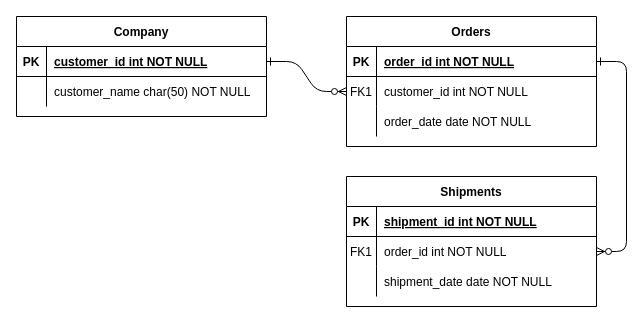
This is Доменная модель.drawio from SpacyWork/StudentProject, a draw.io file, before an edit. Source tidied: cells renumbered, new cells numbered last; positions are measured from the earlier drawing's top-left corner, leaving out a move shared by most shapes. Both pictures are drawn from the tidied source at 100%, with x=0, y=0 at pixel (16, 16).
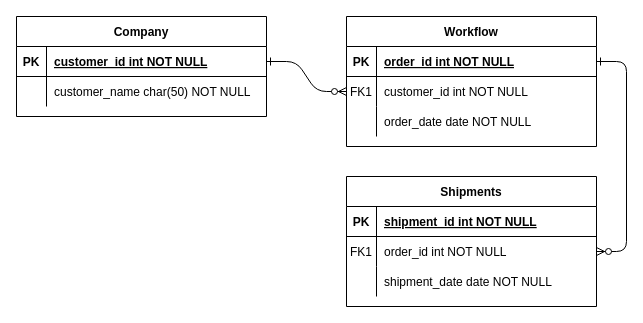
The same page after the edit.

Change to the diagram source:
```diff
@@
-    <mxCell id="4" value="Orders" style="shape=table;startSize=30;childLayout=tableLayout;rowLines=0;fontStyle=1;align=center;" parent="1" vertex="1">
+    <mxCell id="4" value="Workflow" style="shape=table;startSize=30;childLayout=tableLayout;rowLines=0;fontStyle=1;align=center;" parent="1" vertex="1">
       <mxGeometry x="330" width="250" height="130" as="geometry" />
     </mxCell>
```
